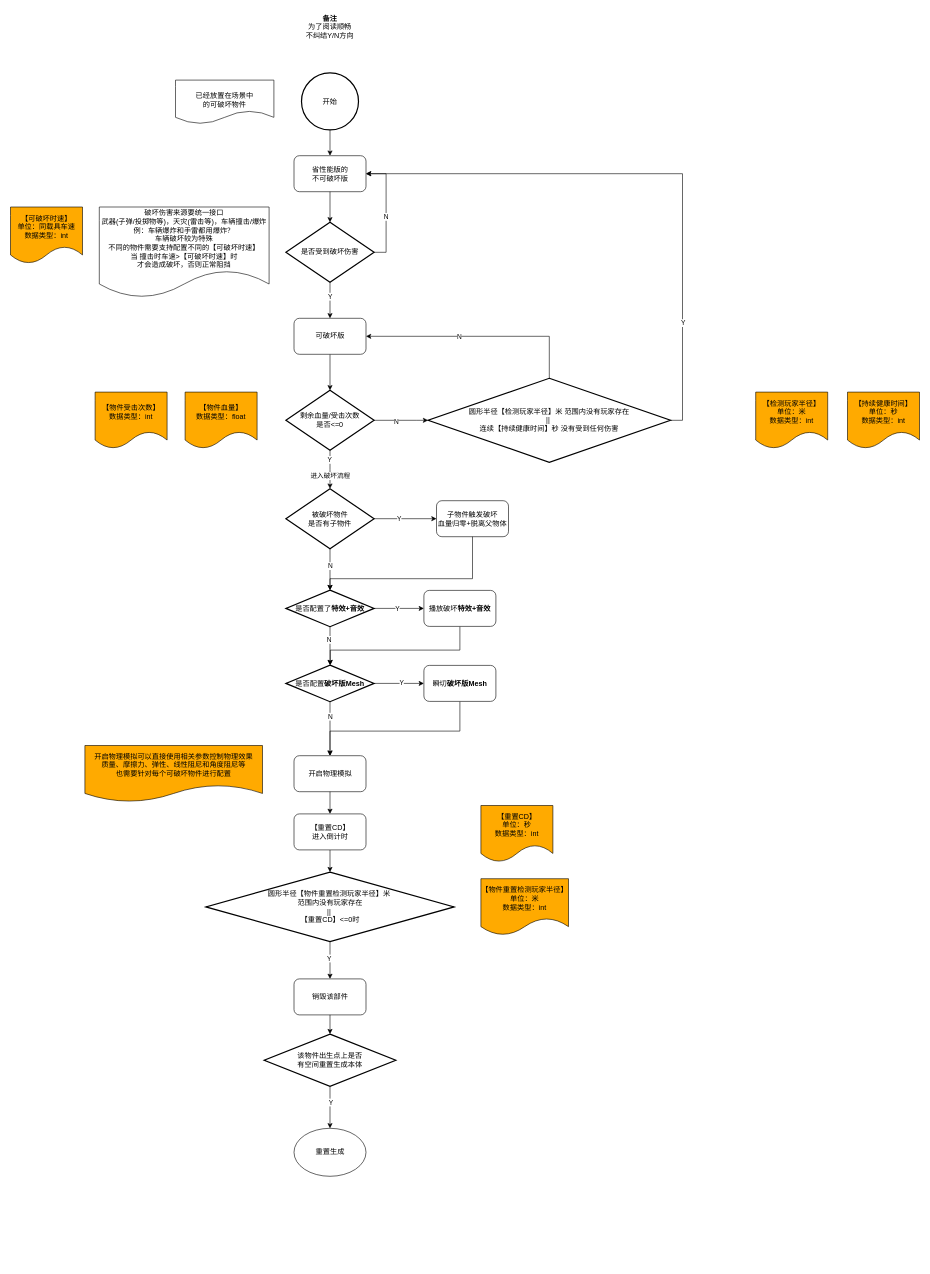
Earlier version of the draw.io diagram 路边可破坏物件.drawio (LittleTrain0321/15150400109Wy). Source tidied: cells renumbered, new cells numbered last; positions are measured from the earlier drawing's top-left corner, leaving out a move shared by most shapes. Both pictures are drawn from the tidied source at 60%, with x=0, y=0 at pixel (10, 10).
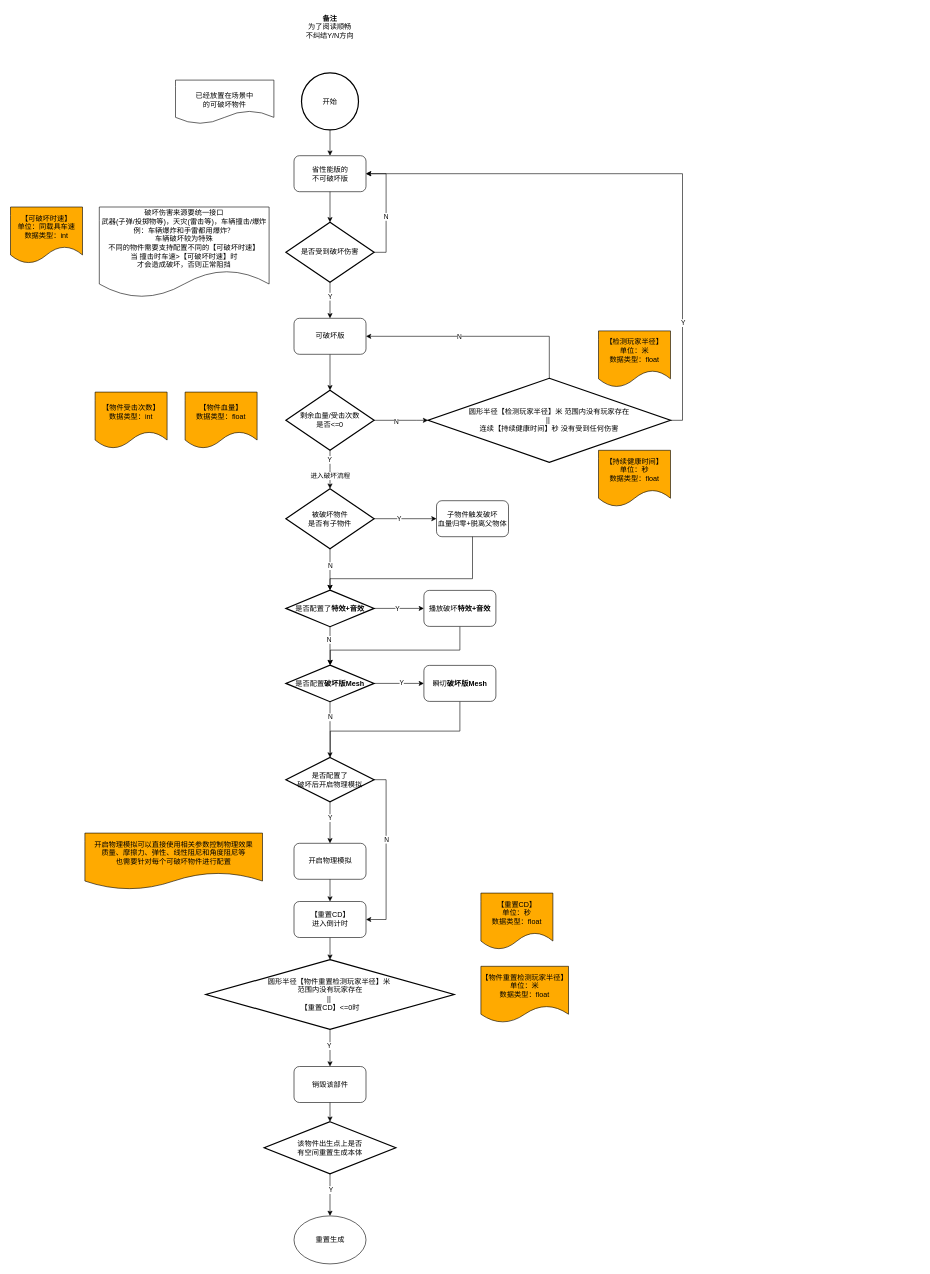
After the change.

Commit message:
更新路边可破坏物件.drawio

The change refers to these unchanged cells:
```xml
<mxCell id="49" value="是否配置&lt;b&gt;破坏版Mesh&lt;/b&gt;" style="strokeWidth=2;html=1;shape=mxgraph.flowchart.decision;whiteSpace=wrap;" parent="1" vertex="1">
  <mxGeometry x="459" y="1091" width="147" height="61" as="geometry" />
</mxCell>
<mxCell id="53" value="瞬切&lt;b&gt;破坏版Mesh&lt;/b&gt;" style="rounded=1;whiteSpace=wrap;html=1;" parent="1" vertex="1">
  <mxGeometry x="689" y="1091.5" width="120" height="60" as="geometry" />
</mxCell>
```

Change to the diagram source:
```diff
@@
-    <mxCell id="10" value="&lt;div style=&quot;forced-color-adjust: none; color: rgb(0, 0, 0); font-family: Helvetica; font-size: 12px; font-style: normal; font-variant-ligatures: normal; font-variant-caps: normal; font-weight: 400; letter-spacing: normal; orphans: 2; text-align: center; text-indent: 0px; text-transform: none; widows: 2; word-spacing: 0px; -webkit-text-stroke-width: 0px; white-space: normal; background-color: rgb(255, 255, 255); text-decoration-thickness: initial; text-decoration-style: initial; text-decoration-color: initial;&quot;&gt;&lt;br&gt;&lt;/div&gt;" style="text;whiteSpace=wrap;html=1;" parent="1" vertex="1">
-      <mxGeometry x="728" y="138" width="124" height="51" as="geometry" />
-    </mxCell>
@@
-    <mxCell id="33" value="【检测玩家半径】&lt;div&gt;单位：米&lt;/div&gt;&lt;div&gt;数据类型：int&lt;/div&gt;" style="shape=document;whiteSpace=wrap;html=1;boundedLbl=1;fillColor=#FFAA00;strokeColor=#000000;" parent="1" vertex="1">
-      <mxGeometry x="1242" y="636" width="120" height="94" as="geometry" />
+    <mxCell id="33" value="【检测玩家半径】&lt;div&gt;单位：米&lt;/div&gt;&lt;div&gt;数据类型：float&lt;/div&gt;" style="shape=document;whiteSpace=wrap;html=1;boundedLbl=1;fillColor=#FFAA00;strokeColor=#000000;" parent="1" vertex="1">
+      <mxGeometry x="980" y="534" width="120" height="94" as="geometry" />
     </mxCell>
-    <mxCell id="34" value="【持续健康时间】&lt;div&gt;单位：秒&lt;/div&gt;&lt;div&gt;数据类型：int&lt;/div&gt;" style="shape=document;whiteSpace=wrap;html=1;boundedLbl=1;fillColor=#FFAA00;strokeColor=#000000;" parent="1" vertex="1">
-      <mxGeometry x="1395" y="636" width="120" height="94" as="geometry" />
+    <mxCell id="34" value="【持续健康时间】&lt;div&gt;单位：秒&lt;/div&gt;&lt;div&gt;数据类型：float&lt;/div&gt;" style="shape=document;whiteSpace=wrap;html=1;boundedLbl=1;fillColor=#FFAA00;strokeColor=#000000;" parent="1" vertex="1">
+      <mxGeometry x="980" y="733" width="120" height="94" as="geometry" />
     </mxCell>
@@
-    <mxCell id="47" style="edgeStyle=orthogonalEdgeStyle;rounded=0;jettySize=auto;html=1;exitX=0.5;exitY=1;exitDx=0;exitDy=0;exitPerimeter=0;entryX=0.5;entryY=0;entryDx=0;entryDy=0;" parent="1" edge="1" source="49" target="54">
+    <mxCell id="47" style="edgeStyle=orthogonalEdgeStyle;rounded=0;jettySize=auto;html=1;exitX=0.5;exitY=1;exitDx=0;exitDy=0;exitPerimeter=0;entryX=0.5;entryY=0;entryDx=0;entryDy=0;entryPerimeter=0;" parent="1" edge="1" source="49" target="74">
       <mxGeometry relative="1" as="geometry" />
     </mxCell>
@@
-    <mxCell id="52" style="edgeStyle=orthogonalEdgeStyle;rounded=0;jettySize=auto;html=1;exitX=0.5;exitY=1;exitDx=0;exitDy=0;entryX=0.5;entryY=0;entryDx=0;entryDy=0;" parent="1" edge="1" source="53" target="54">
+    <mxCell id="52" style="edgeStyle=orthogonalEdgeStyle;rounded=0;jettySize=auto;html=1;exitX=0.5;exitY=1;exitDx=0;exitDy=0;entryX=0.5;entryY=0;entryDx=0;entryDy=0;entryPerimeter=0;" parent="1" edge="1" source="53" target="74">
       <mxGeometry relative="1" as="geometry">
         <Array as="points">
           <mxPoint x="749" y="1201" />
           <mxPoint x="533" y="1201" />
+          <mxPoint x="533" y="1259" />
         </Array>
       </mxGeometry>
     </mxCell>
@@
     <mxCell id="54" value="开启物理模拟" style="rounded=1;whiteSpace=wrap;html=1;" parent="1" vertex="1">
-      <mxGeometry x="472.5" y="1242" width="120" height="60" as="geometry" />
+      <mxGeometry x="472.5" y="1388" width="120" height="60" as="geometry" />
     </mxCell>
     <mxCell id="55" value="开启物理模拟可以直接使用相关参数控制物理效果&lt;div&gt;质量、摩擦力、弹性、线性阻尼和角度阻尼等&lt;/div&gt;&lt;div&gt;也需要针对每个可破坏物件进行配置&lt;/div&gt;" style="shape=document;whiteSpace=wrap;html=1;boundedLbl=1;fillColor=#FFAA00;strokeColor=#000000;" parent="1" vertex="1">
-      <mxGeometry x="124" y="1225" width="296" height="94" as="geometry" />
+      <mxGeometry x="124" y="1371" width="296" height="94" as="geometry" />
     </mxCell>
@@
     <mxCell id="58" value="圆形半径【物件重置检测玩家半径】米&amp;nbsp;&lt;div&gt;范围内没有玩家存在&lt;div&gt;&lt;span style=&quot;background-color: initial;&quot;&gt;||&amp;nbsp;&lt;/span&gt;&lt;div&gt;【重置CD】&amp;lt;=0时&lt;/div&gt;&lt;/div&gt;&lt;/div&gt;" style="strokeWidth=2;html=1;shape=mxgraph.flowchart.decision;whiteSpace=wrap;" parent="1" vertex="1">
-      <mxGeometry x="325.6" y="1436" width="413.8" height="116" as="geometry" />
+      <mxGeometry x="325.6" y="1582" width="413.8" height="116" as="geometry" />
     </mxCell>
@@
-    <mxCell id="60" value="【物件重置检测玩家半径】&lt;div&gt;单位：米&lt;/div&gt;&lt;div&gt;数据类型：int&lt;/div&gt;" style="shape=document;whiteSpace=wrap;html=1;boundedLbl=1;fillColor=#FFAA00;strokeColor=#000000;" parent="1" vertex="1">
-      <mxGeometry x="784" y="1447" width="146" height="94" as="geometry" />
+    <mxCell id="60" value="【物件重置检测玩家半径】&lt;div&gt;单位：米&lt;/div&gt;&lt;div&gt;数据类型：float&lt;/div&gt;" style="shape=document;whiteSpace=wrap;html=1;boundedLbl=1;fillColor=#FFAA00;strokeColor=#000000;" parent="1" vertex="1">
+      <mxGeometry x="784" y="1593" width="146" height="94" as="geometry" />
     </mxCell>
-    <mxCell id="61" value="【重置CD】&lt;div&gt;单位：秒&lt;/div&gt;&lt;div&gt;数据类型：int&lt;/div&gt;" style="shape=document;whiteSpace=wrap;html=1;boundedLbl=1;fillColor=#FFAA00;strokeColor=#000000;" parent="1" vertex="1">
-      <mxGeometry x="784" y="1325" width="120" height="94" as="geometry" />
+    <mxCell id="61" value="【重置CD】&lt;div&gt;单位：秒&lt;/div&gt;&lt;div&gt;数据类型：float&lt;/div&gt;" style="shape=document;whiteSpace=wrap;html=1;boundedLbl=1;fillColor=#FFAA00;strokeColor=#000000;" parent="1" vertex="1">
+      <mxGeometry x="784" y="1471" width="120" height="94" as="geometry" />
     </mxCell>
@@
     <mxCell id="63" value="【重置CD】&lt;div&gt;进入倒计时&lt;/div&gt;" style="rounded=1;whiteSpace=wrap;html=1;" parent="1" vertex="1">
-      <mxGeometry x="472.5" y="1339" width="120" height="60" as="geometry" />
+      <mxGeometry x="472.5" y="1485" width="120" height="60" as="geometry" />
     </mxCell>
     <mxCell id="64" value="销毁该部件" style="rounded=1;whiteSpace=wrap;html=1;" parent="1" vertex="1">
-      <mxGeometry x="472.5" y="1614" width="120" height="60" as="geometry" />
+      <mxGeometry x="472.5" y="1760" width="120" height="60" as="geometry" />
     </mxCell>
@@
     <mxCell id="67" value="该物件出生点上是否&lt;div&gt;有空间重置生成本体&lt;/div&gt;" style="strokeWidth=2;html=1;shape=mxgraph.flowchart.decision;whiteSpace=wrap;" parent="1" vertex="1">
-      <mxGeometry x="422.8" y="1706" width="219.4" height="87" as="geometry" />
+      <mxGeometry x="422.8" y="1852" width="219.4" height="87" as="geometry" />
     </mxCell>
@@
     <mxCell id="69" value="重置生成" style="ellipse;whiteSpace=wrap;html=1;" parent="1" vertex="1">
-      <mxGeometry x="472.5" y="1863" width="120" height="80" as="geometry" />
+      <mxGeometry x="472.5" y="2009" width="120" height="80" as="geometry" />
     </mxCell>
+    <mxCell id="70" style="edgeStyle=orthogonalEdgeStyle;rounded=0;jettySize=auto;html=1;exitX=0.5;exitY=1;exitDx=0;exitDy=0;exitPerimeter=0;" parent="1" edge="1" source="74" target="54">
+      <mxGeometry relative="1" as="geometry" />
+    </mxCell>
+    <mxCell id="71" value="Y" style="edgeLabel;html=1;align=center;verticalAlign=middle;" parent="70" vertex="1">
+      <mxGeometry x="-0.25" relative="1" as="geometry" />
+    </mxCell>
+    <mxCell id="72" style="edgeStyle=orthogonalEdgeStyle;rounded=0;jettySize=auto;html=1;exitX=1;exitY=0.5;exitDx=0;exitDy=0;exitPerimeter=0;entryX=1;entryY=0.5;entryDx=0;entryDy=0;" parent="1" edge="1" source="74" target="63">
+      <mxGeometry relative="1" as="geometry" />
+    </mxCell>
+    <mxCell id="73" value="N" style="edgeLabel;html=1;align=center;verticalAlign=middle;" parent="72" vertex="1">
+      <mxGeometry x="-0.17" relative="1" as="geometry" />
+    </mxCell>
+    <mxCell id="74" value="是否配置了&lt;div&gt;破坏后开启物理模拟&lt;/div&gt;" style="strokeWidth=2;html=1;shape=mxgraph.flowchart.decision;whiteSpace=wrap;" parent="1" vertex="1">
+      <mxGeometry x="459" y="1245" width="147" height="74" as="geometry" />
+    </mxCell>
```
